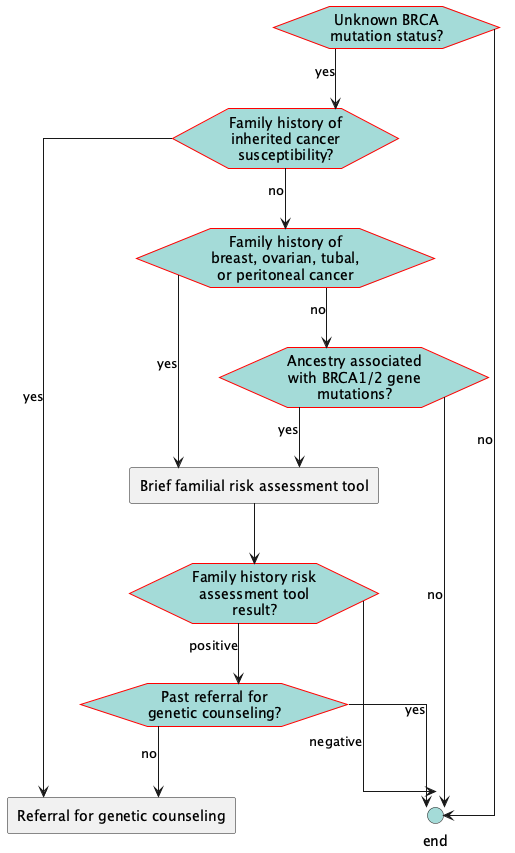
Earlier version of the PlantUML export images/flow-GeneticRiskReferral.png (ccsm-cds-tools/CDC-Breast-Cancer-Screening-CDS-L2).
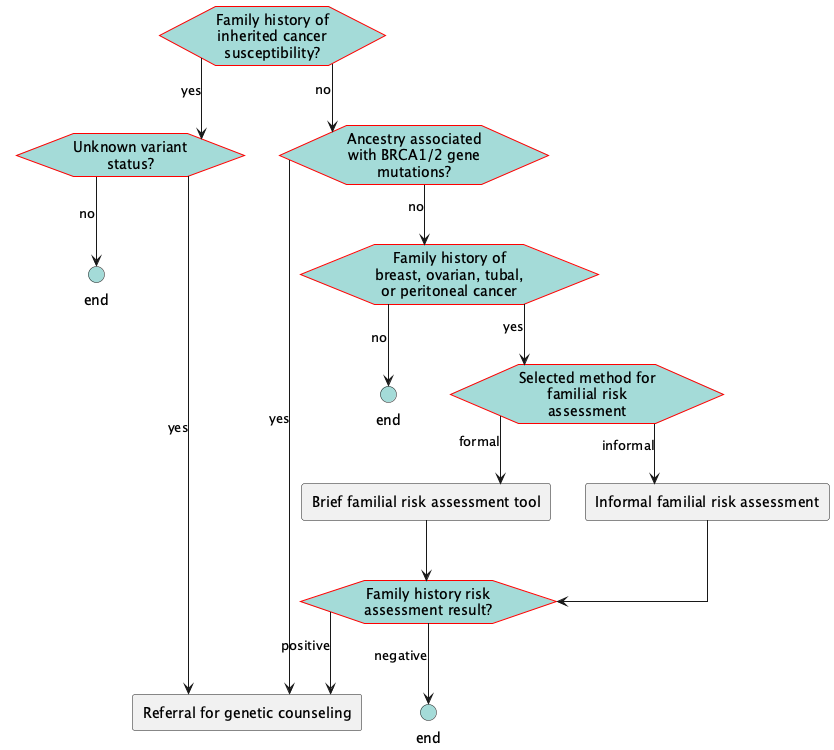
After the change.

Change to the diagram source:
```diff
@@ -17,26 +17,30 @@
     BackGroundColor: #A4DBD8
 }
 </style>
-hexagon "Unknown BRCA mutation status?" as eve_unkbrcamutation [[#eve-unkbrcamutation]]
 hexagon "Family history of inherited cancer susceptibility?" as eve_fhxgeneinherited [[#eve-fhxgeneinherited]]
+hexagon "Unknown variant status?" as eve_unkvariantstatus [[#eve-unkvariantstatus]]
+hexagon "Ancestry associated with BRCA1/2 gene mutations?" as eve_brcageneancestry [[#eve-brcageneancestry]]
 hexagon "Family history of breast, ovarian, tubal, or peritoneal cancer" as eve_fhxbrcaovcatubalperit [[#eve-fhxbrcaovcatubalperit]]
-hexagon "Ancestry associated with BRCA1/2 gene mutations?" as eve_brcageneancestry [[#eve-brcageneancestry]]
+hexagon "Selected method for familial risk assessment" as eve_preferredfhxriskmethod [[#eve-preferredfhxriskmethod]]
 rectangle "Brief familial risk assessment tool" as act_fhxrisktool [[#act-fhxrisktool]]
-hexagon "Family history risk assessment tool result?" as eve_fhxrisktoolresult [[#eve-fhxrisktoolresult]]
-hexagon "Past referral for genetic counseling?" as eve_priorgeneticreferral [[#eve-priorgeneticreferral]]
+rectangle "Informal familial risk assessment" as act_fhxriskassess [[#act-fhxriskassess]]
+hexagon "Family history risk assessment result?" as eve_fhxriskresult [[#eve-fhxriskresult]]
+circle "end" as end_variantknown <<end>>
+rectangle "Referral for genetic counseling" as act_geneticreferral [[#act-geneticreferral]]
+circle "end" as end_nofhx <<end>>
 circle "end" as end_geneticrisk <<end>>
-rectangle "Referral for genetic counseling" as act_geneticreferral [[#act-geneticreferral]]
-eve_unkbrcamutation-->eve_fhxgeneinherited: yes
-eve_unkbrcamutation-->end_geneticrisk: no
-eve_fhxgeneinherited-->act_geneticreferral: yes
-eve_fhxgeneinherited-->eve_fhxbrcaovcatubalperit: no
-eve_fhxbrcaovcatubalperit-->act_fhxrisktool: yes
-eve_fhxbrcaovcatubalperit-->eve_brcageneancestry: no
-eve_brcageneancestry-->act_fhxrisktool: yes
-eve_brcageneancestry-->end_geneticrisk: no
-act_fhxrisktool-->eve_fhxrisktoolresult
-eve_fhxrisktoolresult-->eve_priorgeneticreferral: positive
-eve_fhxrisktoolresult-->end_geneticrisk: negative
-eve_priorgeneticreferral-->act_geneticreferral: no
-eve_priorgeneticreferral-->end_geneticrisk: yes
+eve_fhxgeneinherited-->eve_unkvariantstatus: yes
+eve_unkvariantstatus-->end_variantknown: no
+eve_unkvariantstatus-->act_geneticreferral: yes
+eve_fhxgeneinherited-->eve_brcageneancestry: no
+eve_brcageneancestry-->act_geneticreferral: yes
+eve_brcageneancestry-->eve_fhxbrcaovcatubalperit: no
+eve_fhxbrcaovcatubalperit-->end_nofhx: no
+eve_fhxbrcaovcatubalperit-->eve_preferredfhxriskmethod: yes
+eve_preferredfhxriskmethod-->act_fhxrisktool: formal
+eve_preferredfhxriskmethod-->act_fhxriskassess: informal
+act_fhxrisktool-->eve_fhxriskresult
+act_fhxriskassess-->eve_fhxriskresult
+eve_fhxriskresult-->act_geneticreferral: positive
+eve_fhxriskresult-->end_geneticrisk: negative
 @enduml
```
